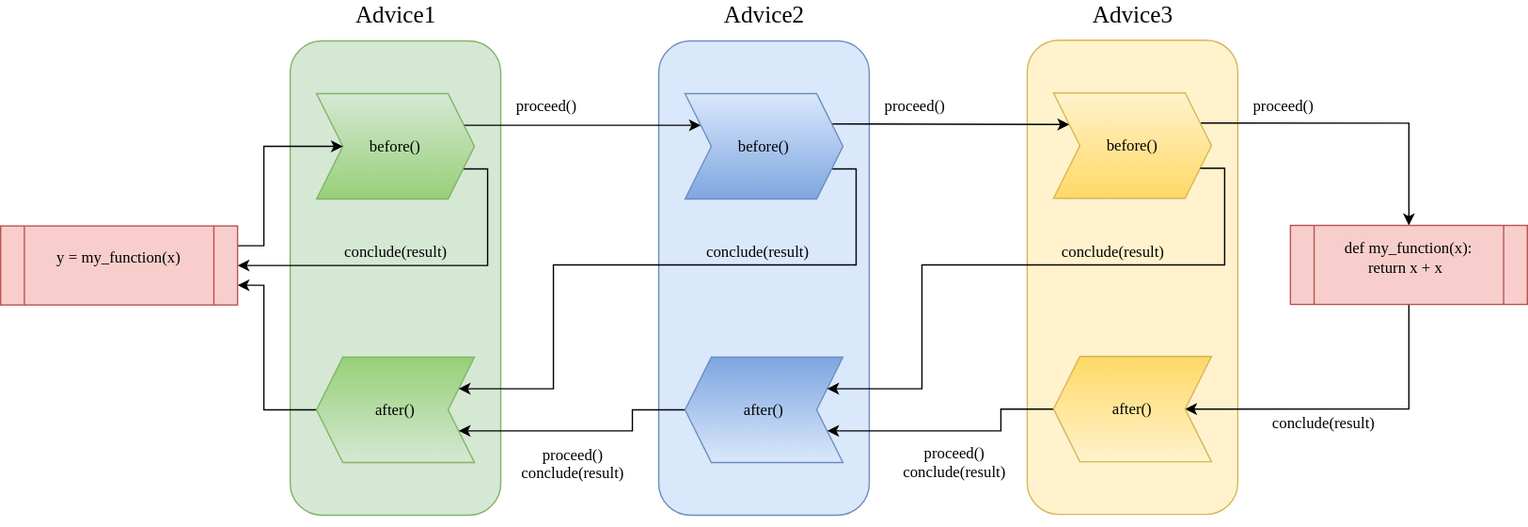
The draw.io diagram docs/Session.svg in kant-ai/bandsaw, before a commit. Source tidied: cells renumbered, new cells last; positions are measured from the earlier drawing's top-left corner, leaving out a move shared by most shapes.
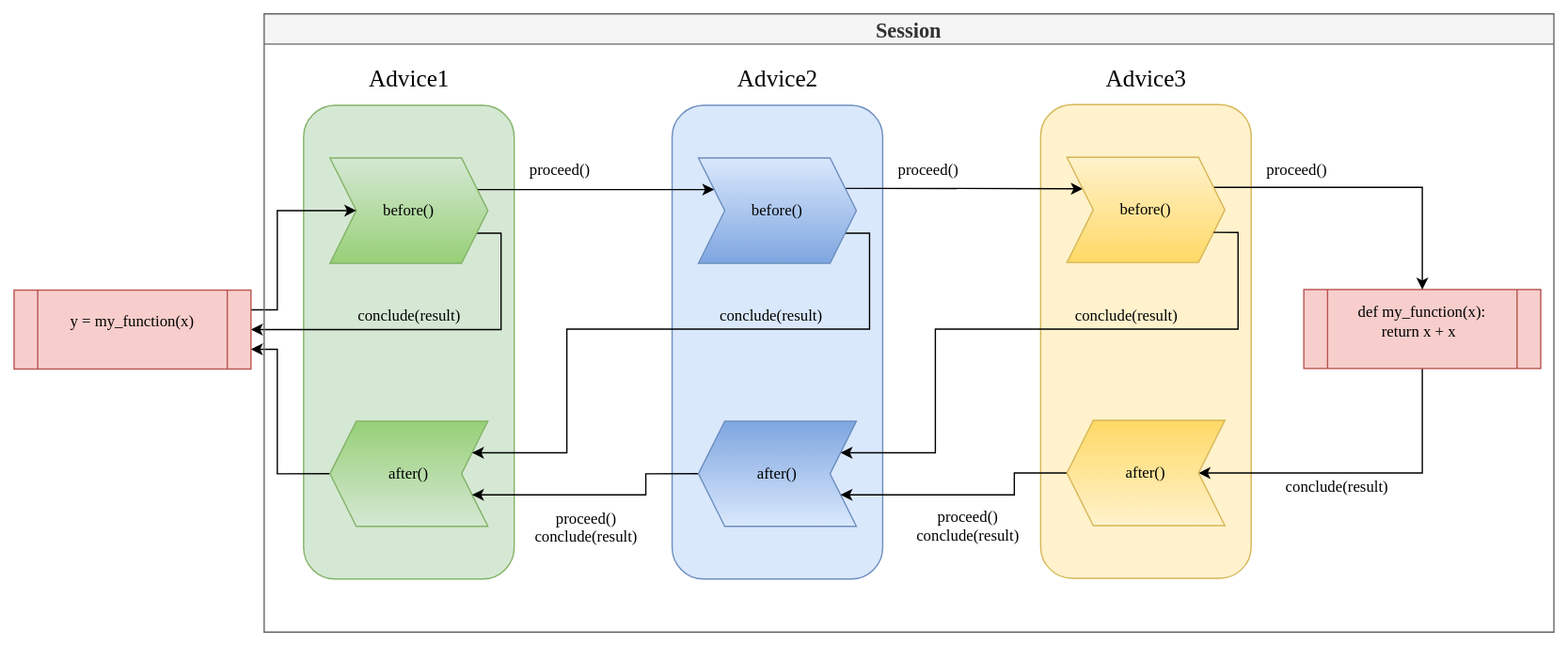
After the change.

The edit, as a diff of the source:
```diff
@@ -164,5 +164,8 @@
     <mxCell id="38" value="conclude(result)" style="text;html=1;align=center;verticalAlign=middle;strokeColor=none;fillColor=none;fontFamily=Lucida Console;" parent="1" vertex="1">
       <mxGeometry x="245" y="179.6" width="110" height="20" as="geometry" />
     </mxCell>
+    <mxCell id="39" value="Session" style="swimlane;fontFamily=Lucida Console;fontSize=16;align=center;verticalAlign=middle;fillColor=#f5f5f5;fontColor=#333333;strokeColor=#666666;" parent="1" vertex="1">
+      <mxGeometry x="190" y="-40" width="980" height="470" as="geometry" />
+    </mxCell>
   </root>
 </mxGraphModel>
```
